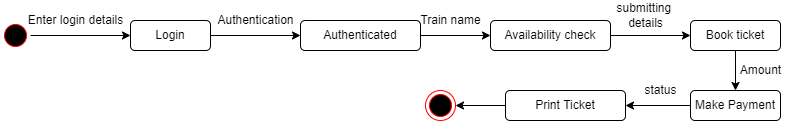
Above: Day-10 Object Modelling diagrams/Train Reservation System/State transition Diagram.drawio.png in Mydhili-murali/ust-prograd-training (draw.io), before the change. Source tidied: cells renumbered, new cells last; positions are measured from the earlier drawing's top-left corner, leaving out a move shared by most shapes.
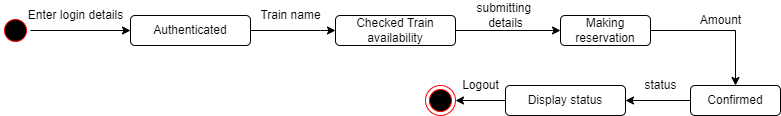
After the commit.

Diff of the diagram source:
```diff
@@ -13,49 +13,45 @@
     <mxCell id="4" value="Enter login details" style="text;html=1;align=center;verticalAlign=middle;strokeColor=none;fillColor=none;" parent="1" vertex="1">
       <mxGeometry x="20" y="10" width="110" height="20" as="geometry" />
     </mxCell>
-    <mxCell id="5" style="edgeStyle=orthogonalEdgeStyle;rounded=0;jettySize=auto;html=1;" parent="1" edge="1" source="6" target="8">
-      <mxGeometry relative="1" as="geometry" />
-    </mxCell>
-    <mxCell id="6" value="Login" style="rounded=1;whiteSpace=wrap;html=1;" parent="1" vertex="1">
-      <mxGeometry x="130" y="20" width="80" height="30" as="geometry" />
-    </mxCell>
     <mxCell id="7" style="edgeStyle=orthogonalEdgeStyle;rounded=0;jettySize=auto;html=1;" parent="1" edge="1" source="8" target="11">
-      <mxGeometry relative="1" as="geometry" />
+      <mxGeometry relative="1" as="geometry">
+        <Array as="points">
+          <mxPoint x="320" y="35" />
+          <mxPoint x="320" y="35" />
+        </Array>
+      </mxGeometry>
     </mxCell>
     <mxCell id="8" value="Authenticated" style="whiteSpace=wrap;html=1;rounded=1;" parent="1" vertex="1">
-      <mxGeometry x="300" y="20" width="120" height="30" as="geometry" />
+      <mxGeometry x="130" y="20" width="120" height="30" as="geometry" />
     </mxCell>
-    <mxCell id="9" value="Authentication" style="text;html=1;align=center;verticalAlign=middle;strokeColor=none;fillColor=none;" parent="1" vertex="1">
-      <mxGeometry x="210" y="10" width="90" height="20" as="geometry" />
-    </mxCell>
     <mxCell id="10" style="edgeStyle=orthogonalEdgeStyle;rounded=0;jettySize=auto;html=1;" parent="1" edge="1" source="11" target="14">
       <mxGeometry relative="1" as="geometry" />
     </mxCell>
-    <mxCell id="11" value="Availability check" style="whiteSpace=wrap;html=1;rounded=1;" parent="1" vertex="1">
-      <mxGeometry x="490" y="20" width="120" height="30" as="geometry" />
+    <mxCell id="11" value="Checked Train availability" style="whiteSpace=wrap;html=1;rounded=1;" parent="1" vertex="1">
+      <mxGeometry x="335" y="20" width="120" height="30" as="geometry" />
     </mxCell>
     <mxCell id="12" value="Train name" style="text;html=1;align=center;verticalAlign=middle;strokeColor=none;fillColor=none;" parent="1" vertex="1">
-      <mxGeometry x="410" y="10" width="80" height="20" as="geometry" />
+      <mxGeometry x="250" y="10" width="80" height="20" as="geometry" />
     </mxCell>
     <mxCell id="13" style="edgeStyle=orthogonalEdgeStyle;rounded=0;jettySize=auto;html=1;" parent="1" edge="1" source="14" target="17">
       <mxGeometry relative="1" as="geometry" />
     </mxCell>
-    <mxCell id="14" value="Book ticket" style="whiteSpace=wrap;html=1;rounded=1;" parent="1" vertex="1">
-      <mxGeometry x="690" y="20" width="90" height="30" as="geometry" />
+    <mxCell id="14" value="Making reservation" style="whiteSpace=wrap;html=1;rounded=1;" parent="1" vertex="1">
+      <mxGeometry x="560" y="20" width="90" height="30" as="geometry" />
     </mxCell>
     <mxCell id="15" value="submitting &lt;br&gt;details" style="text;html=1;align=center;verticalAlign=middle;strokeColor=none;fillColor=none;" parent="1" vertex="1">
-      <mxGeometry x="610" width="70" height="30" as="geometry" />
+      <mxGeometry x="470" y="5" width="70" height="30" as="geometry" />
     </mxCell>
     <mxCell id="16" style="edgeStyle=orthogonalEdgeStyle;rounded=0;jettySize=auto;html=1;" parent="1" edge="1" source="17" target="19">
       <mxGeometry relative="1" as="geometry" />
     </mxCell>
-    <mxCell id="17" value="Make Payment" style="whiteSpace=wrap;html=1;rounded=1;" parent="1" vertex="1">
+    <mxCell id="17" value="Confirmed" style="whiteSpace=wrap;html=1;rounded=1;" parent="1" vertex="1">
       <mxGeometry x="690" y="90" width="90" height="30" as="geometry" />
     </mxCell>
     <mxCell id="18" value="Amount" style="text;html=1;align=center;verticalAlign=middle;strokeColor=none;fillColor=none;" parent="1" vertex="1">
-      <mxGeometry x="730" y="60" width="60" height="20" as="geometry" />
+      <mxGeometry x="690" y="15" width="60" height="20" as="geometry" />
     </mxCell>
-    <mxCell id="19" value="Print Ticket" style="whiteSpace=wrap;html=1;rounded=1;" parent="1" vertex="1">
+    <mxCell id="19" value="Display status" style="whiteSpace=wrap;html=1;rounded=1;" parent="1" vertex="1">
       <mxGeometry x="505" y="90" width="120" height="30" as="geometry" />
     </mxCell>
     <mxCell id="20" value="status" style="text;html=1;align=center;verticalAlign=middle;strokeColor=none;fillColor=none;" parent="1" vertex="1">
@@ -67,5 +63,8 @@
     <mxCell id="22" style="ellipse;html=1;shape=endState;fillColor=#000000;strokeColor=#ff0000;" parent="1" vertex="1">
       <mxGeometry x="425" y="90" width="30" height="30" as="geometry" />
     </mxCell>
+    <mxCell id="23" value="Logout" style="text;html=1;align=center;verticalAlign=middle;strokeColor=none;fillColor=none;" parent="1" vertex="1">
+      <mxGeometry x="455" y="80" width="50" height="20" as="geometry" />
+    </mxCell>
   </root>
 </mxGraphModel>
```
